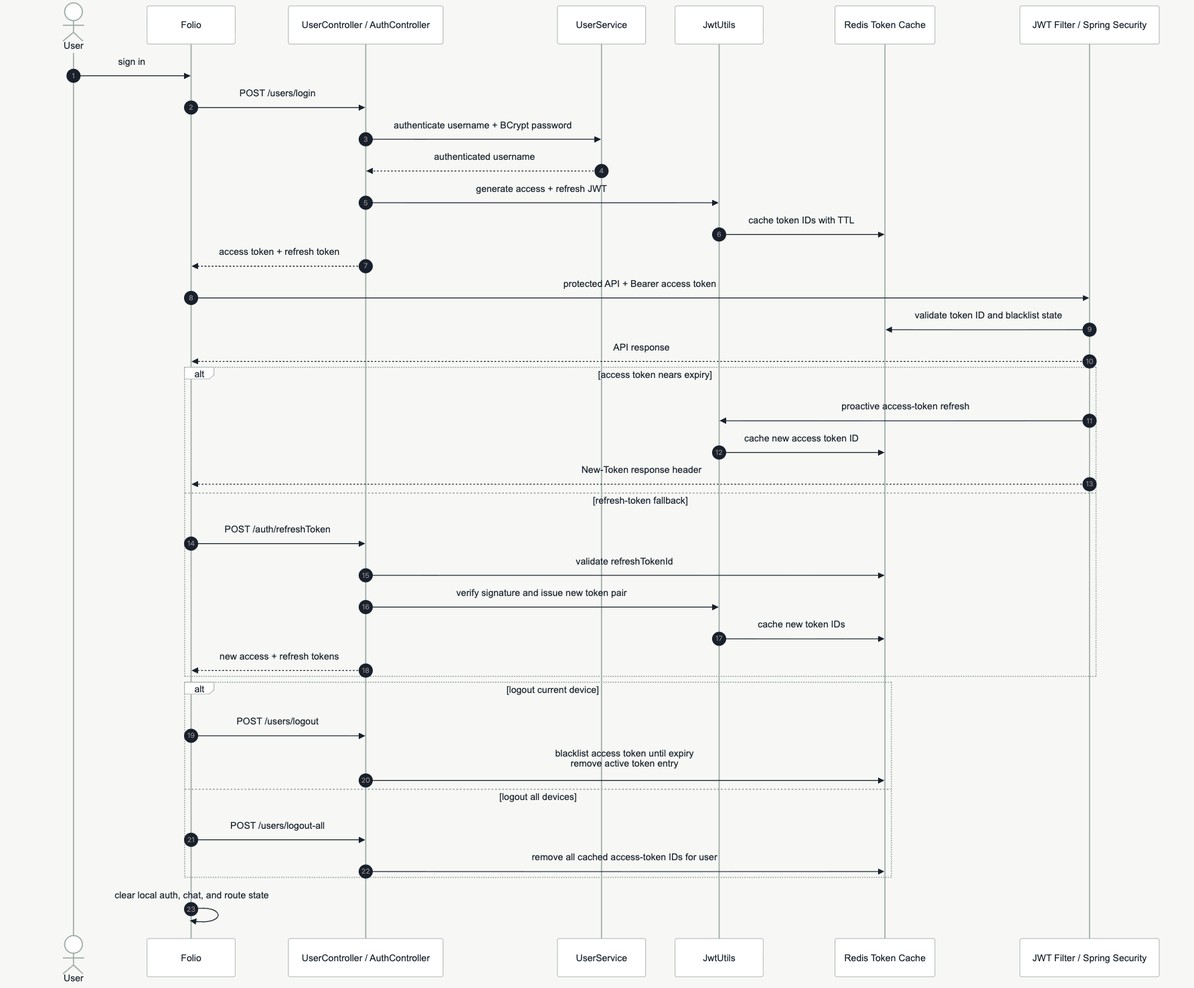
CHZarles/paperloom keeps this Mermaid diagram as site/public/images/runtime-account-session.png. Above is the earlier version. Its source is kept beside it as site/diagrams/runtime-account-session.mmd.
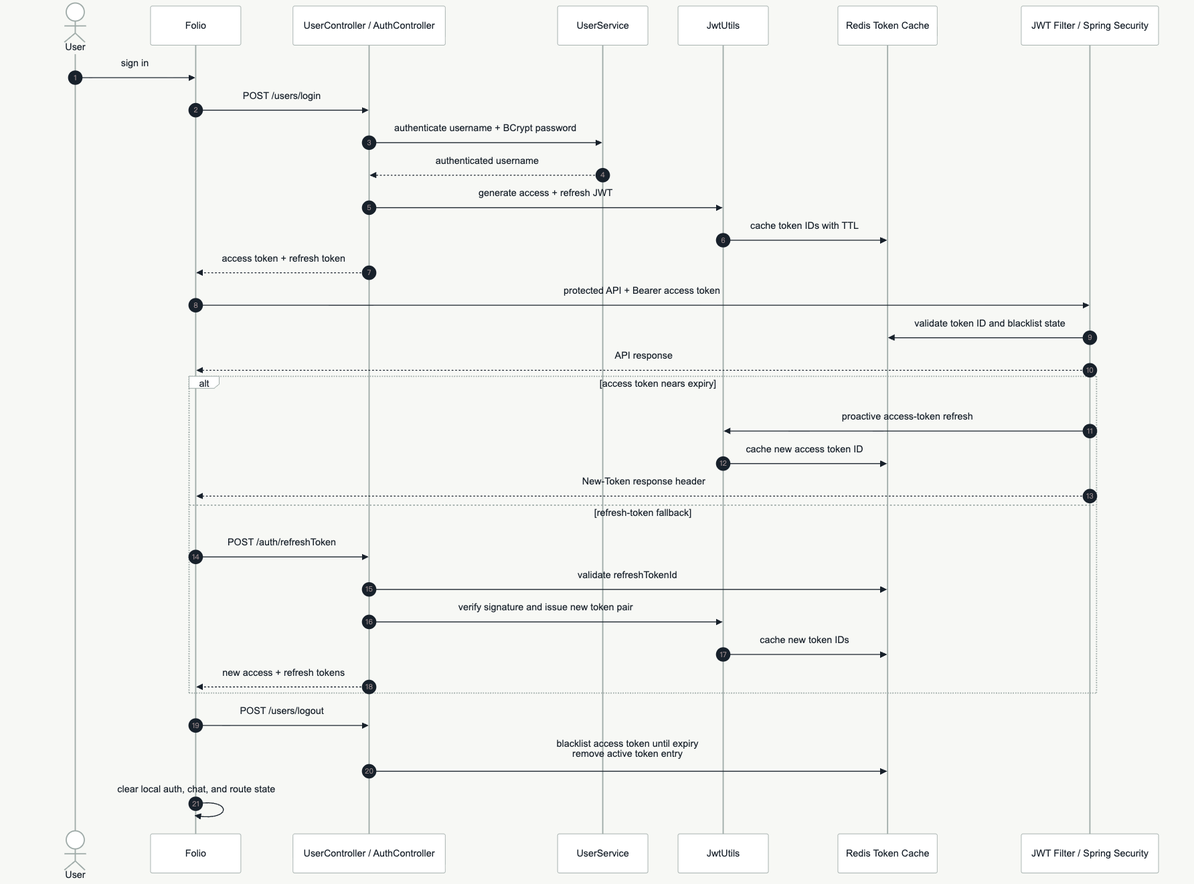
The same file after the commit.

Change to the diagram source:
```diff
@@ -29,11 +29,6 @@
         JWT->>Redis: cache new token IDs
         Auth-->>Folio: new access + refresh tokens
     end
-    alt logout current device
-        Folio->>Auth: POST /users/logout
-        Auth->>Redis: blacklist access token until expiry<br/>remove active token entry
-    else logout all devices
-        Folio->>Auth: POST /users/logout-all
-        Auth->>Redis: remove all cached access-token IDs for user
-    end
+    Folio->>Auth: POST /users/logout
+    Auth->>Redis: blacklist access token until expiry<br/>remove active token entry
     Folio->>Folio: clear local auth, chat, and route state
```
